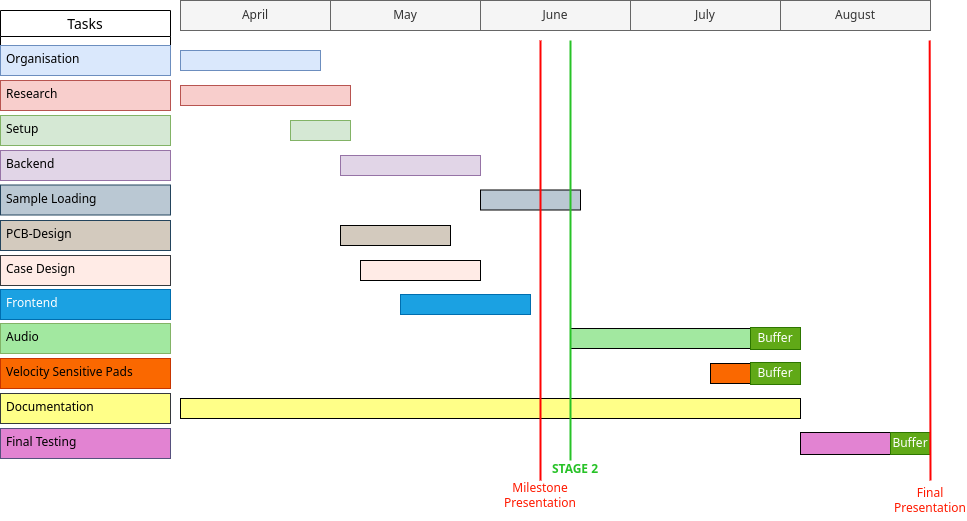
Earlier version of the draw.io export university/projektdurchfuehrung/gantt_PAM3.drawio.png (deeedob/Lunchbox-Sampler). Source tidied: cells renumbered, new cells last; positions are measured from the earlier drawing's top-left corner, leaving out a move shared by most shapes.
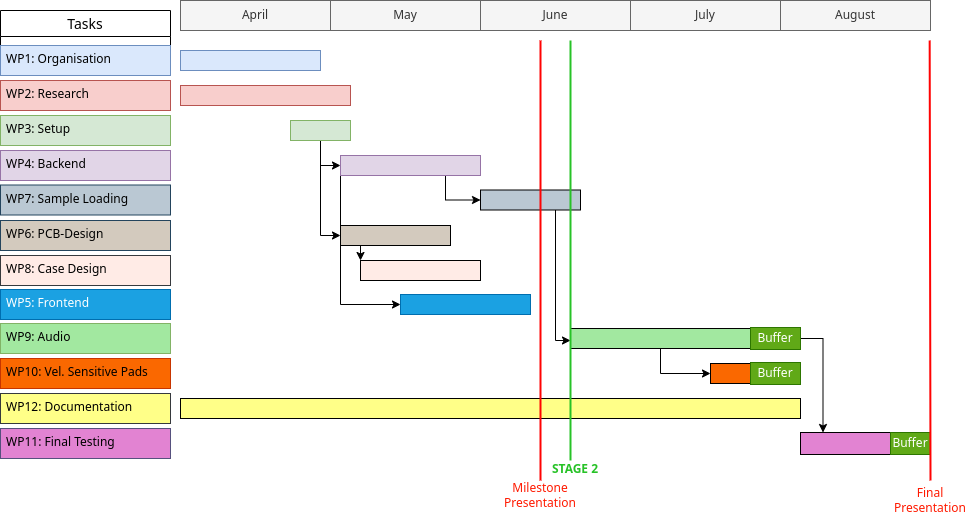
After the change.

Commit message:
Final Gantt chart and Work Packages

Diff of the diagram source:
```diff
@@ -26,60 +26,86 @@
     <mxCell id="9" style="rounded=0;whiteSpace=wrap;html=1;fillColor=#F8CECC;strokeColor=#B85450;" parent="1" vertex="1">
       <mxGeometry x="180" y="85" width="170" height="20" as="geometry" />
     </mxCell>
+    <mxCell id="41" style="edgeStyle=orthogonalEdgeStyle;rounded=0;jettySize=auto;html=1;entryX=0;entryY=0.5;entryDx=0;entryDy=0;" parent="1" edge="1" source="10" target="11">
+      <mxGeometry relative="1" as="geometry" />
+    </mxCell>
+    <mxCell id="42" style="edgeStyle=orthogonalEdgeStyle;rounded=0;jettySize=auto;html=1;exitX=0.5;exitY=1;exitDx=0;exitDy=0;entryX=0;entryY=0.5;entryDx=0;entryDy=0;" parent="1" edge="1" source="10" target="13">
+      <mxGeometry relative="1" as="geometry" />
+    </mxCell>
     <mxCell id="10" style="rounded=0;whiteSpace=wrap;html=1;fillColor=#D5E8D4;strokeColor=#82B366;" parent="1" vertex="1">
       <mxGeometry x="290" y="120" width="60" height="20" as="geometry" />
     </mxCell>
+    <mxCell id="43" style="edgeStyle=orthogonalEdgeStyle;rounded=0;jettySize=auto;html=1;exitX=0;exitY=1;exitDx=0;exitDy=0;entryX=0;entryY=0.5;entryDx=0;entryDy=0;" parent="1" edge="1" source="11" target="12">
+      <mxGeometry relative="1" as="geometry" />
+    </mxCell>
+    <mxCell id="44" style="edgeStyle=orthogonalEdgeStyle;rounded=0;jettySize=auto;html=1;exitX=0.75;exitY=1;exitDx=0;exitDy=0;entryX=0;entryY=0.5;entryDx=0;entryDy=0;" parent="1" edge="1" source="11" target="14">
+      <mxGeometry relative="1" as="geometry" />
+    </mxCell>
     <mxCell id="11" style="rounded=0;whiteSpace=wrap;html=1;fillColor=#E1D5E7;strokeColor=#9673A6;" parent="1" vertex="1">
       <mxGeometry x="340" y="155" width="140" height="20" as="geometry" />
     </mxCell>
     <mxCell id="12" style="rounded=0;whiteSpace=wrap;html=1;fillColor=#1BA1E2;strokeColor=#006EAF;" parent="1" vertex="1">
       <mxGeometry x="400" y="294" width="130" height="20" as="geometry" />
     </mxCell>
+    <mxCell id="45" style="edgeStyle=orthogonalEdgeStyle;rounded=0;jettySize=auto;html=1;exitX=0.25;exitY=1;exitDx=0;exitDy=0;entryX=0;entryY=0;entryDx=0;entryDy=0;" parent="1" edge="1" source="13" target="27">
+      <mxGeometry relative="1" as="geometry" />
+    </mxCell>
     <mxCell id="13" style="rounded=0;whiteSpace=wrap;html=1;fillColor=#D3CABE;strokeColor=default;" parent="1" vertex="1">
       <mxGeometry x="340" y="225" width="110" height="20" as="geometry" />
     </mxCell>
+    <mxCell id="46" style="edgeStyle=orthogonalEdgeStyle;rounded=0;jettySize=auto;html=1;exitX=0.75;exitY=1;exitDx=0;exitDy=0;" parent="1" edge="1" source="14">
+      <mxGeometry relative="1" as="geometry">
+        <mxPoint x="570" y="340" as="targetPoint" />
+        <Array as="points">
+          <mxPoint x="555" y="340" />
+        </Array>
+      </mxGeometry>
+    </mxCell>
     <mxCell id="14" style="rounded=0;whiteSpace=wrap;html=1;fillColor=#BAC8D3;strokeColor=default;" parent="1" vertex="1">
       <mxGeometry x="480" y="189.5" width="100" height="20" as="geometry" />
     </mxCell>
-    <mxCell id="15" value="Documentation" style="text;strokeColor=#36393d;fillColor=#ffff88;spacingLeft=4;spacingRight=4;overflow=hidden;fontSize=12;" parent="1" vertex="1">
+    <mxCell id="15" value="WP12: Documentation" style="text;strokeColor=#36393d;fillColor=#ffff88;spacingLeft=4;spacingRight=4;overflow=hidden;fontSize=12;" parent="1" vertex="1">
       <mxGeometry y="393" width="170" height="30" as="geometry" />
     </mxCell>
-    <mxCell id="16" value="Final Testing" style="text;strokeColor=#56517e;fillColor=#E283D2;spacingLeft=4;spacingRight=4;overflow=hidden;fontSize=12;" parent="1" vertex="1">
+    <mxCell id="16" value="WP11: Final Testing" style="text;strokeColor=#56517e;fillColor=#E283D2;spacingLeft=4;spacingRight=4;overflow=hidden;fontSize=12;" parent="1" vertex="1">
       <mxGeometry y="428" width="170" height="30" as="geometry" />
     </mxCell>
-    <mxCell id="17" value="Velocity Sensitive Pads" style="text;strokeColor=#C73500;fillColor=#fa6800;spacingLeft=4;spacingRight=4;overflow=hidden;fontSize=12;fontColor=#000000;" parent="1" vertex="1">
+    <mxCell id="17" value="WP10: Vel. Sensitive Pads" style="text;strokeColor=#C73500;fillColor=#fa6800;spacingLeft=4;spacingRight=4;overflow=hidden;fontSize=12;fontColor=#000000;" parent="1" vertex="1">
       <mxGeometry y="358" width="170" height="30" as="geometry" />
     </mxCell>
-    <mxCell id="18" value="Audio" style="text;strokeColor=#82b366;fillColor=#A2E8A0;spacingLeft=4;spacingRight=4;overflow=hidden;fontSize=12;" parent="1" vertex="1">
+    <mxCell id="18" value="WP9: Audio" style="text;strokeColor=#82b366;fillColor=#A2E8A0;spacingLeft=4;spacingRight=4;overflow=hidden;fontSize=12;" parent="1" vertex="1">
       <mxGeometry y="323" width="170" height="30" as="geometry" />
     </mxCell>
-    <mxCell id="19" value="Case Design&#10;" style="text;strokeColor=#36393d;fillColor=#FFEBE6;spacingLeft=4;spacingRight=4;overflow=hidden;fontSize=12;" parent="1" vertex="1">
+    <mxCell id="19" value="WP8: Case Design&#10;" style="text;strokeColor=#36393d;fillColor=#FFEBE6;spacingLeft=4;spacingRight=4;overflow=hidden;fontSize=12;" parent="1" vertex="1">
       <mxGeometry y="255" width="170" height="30" as="geometry" />
     </mxCell>
-    <mxCell id="20" value="Sample Loading&#10;" style="text;strokeColor=#23445d;fillColor=#bac8d3;spacingLeft=4;spacingRight=4;overflow=hidden;fontSize=12;" parent="1" vertex="1">
+    <mxCell id="20" value="WP7: Sample Loading&#10;" style="text;strokeColor=#23445d;fillColor=#bac8d3;spacingLeft=4;spacingRight=4;overflow=hidden;fontSize=12;" parent="1" vertex="1">
       <mxGeometry y="184.5" width="170" height="30" as="geometry" />
     </mxCell>
-    <mxCell id="21" value="PCB-Design" style="text;strokeColor=#23445d;fillColor=#D3CABE;spacingLeft=4;spacingRight=4;overflow=hidden;fontSize=12;" parent="1" vertex="1">
+    <mxCell id="21" value="WP6: PCB-Design" style="text;strokeColor=#23445d;fillColor=#D3CABE;spacingLeft=4;spacingRight=4;overflow=hidden;fontSize=12;" parent="1" vertex="1">
       <mxGeometry y="220" width="170" height="30" as="geometry" />
     </mxCell>
-    <mxCell id="22" value="Frontend" style="text;strokeColor=#006EAF;fillColor=#1ba1e2;spacingLeft=4;spacingRight=4;overflow=hidden;fontSize=12;fontColor=#ffffff;" parent="1" vertex="1">
+    <mxCell id="22" value="WP5: Frontend" style="text;strokeColor=#006EAF;fillColor=#1ba1e2;spacingLeft=4;spacingRight=4;overflow=hidden;fontSize=12;fontColor=#ffffff;" parent="1" vertex="1">
       <mxGeometry y="289" width="170" height="30" as="geometry" />
     </mxCell>
-    <mxCell id="23" value="Backend" style="text;strokeColor=#9673a6;fillColor=#e1d5e7;spacingLeft=4;spacingRight=4;overflow=hidden;fontSize=12;" parent="1" vertex="1">
+    <mxCell id="23" value="WP4: Backend" style="text;strokeColor=#9673a6;fillColor=#e1d5e7;spacingLeft=4;spacingRight=4;overflow=hidden;fontSize=12;" parent="1" vertex="1">
       <mxGeometry y="150" width="170" height="30" as="geometry" />
     </mxCell>
-    <mxCell id="24" value="Setup" style="text;strokeColor=#82b366;fillColor=#d5e8d4;spacingLeft=4;spacingRight=4;overflow=hidden;fontSize=12;" parent="1" vertex="1">
+    <mxCell id="24" value="WP3: Setup" style="text;strokeColor=#82b366;fillColor=#d5e8d4;spacingLeft=4;spacingRight=4;overflow=hidden;fontSize=12;" parent="1" vertex="1">
       <mxGeometry y="115" width="170" height="30" as="geometry" />
     </mxCell>
-    <mxCell id="25" value="Research" style="text;strokeColor=#b85450;fillColor=#f8cecc;spacingLeft=4;spacingRight=4;overflow=hidden;fontSize=12;" parent="1" vertex="1">
+    <mxCell id="25" value="WP2: Research" style="text;strokeColor=#b85450;fillColor=#f8cecc;spacingLeft=4;spacingRight=4;overflow=hidden;fontSize=12;" parent="1" vertex="1">
       <mxGeometry y="80" width="170" height="30" as="geometry" />
     </mxCell>
-    <mxCell id="26" value="Organisation" style="text;strokeColor=#6c8ebf;fillColor=#dae8fc;spacingLeft=4;spacingRight=4;overflow=hidden;fontSize=12;" parent="1" vertex="1">
+    <mxCell id="26" value="WP1: Organisation" style="text;strokeColor=#6c8ebf;fillColor=#dae8fc;spacingLeft=4;spacingRight=4;overflow=hidden;fontSize=12;" parent="1" vertex="1">
       <mxGeometry y="45" width="170" height="30" as="geometry" />
     </mxCell>
     <mxCell id="27" style="rounded=0;whiteSpace=wrap;html=1;fillColor=#FFEBE6;strokeColor=default;" parent="1" vertex="1">
       <mxGeometry x="360" y="260" width="120" height="20" as="geometry" />
     </mxCell>
+    <mxCell id="47" style="edgeStyle=orthogonalEdgeStyle;rounded=0;jettySize=auto;html=1;exitX=0.5;exitY=1;exitDx=0;exitDy=0;entryX=0;entryY=0.5;entryDx=0;entryDy=0;" parent="1" edge="1" source="28" target="29">
+      <mxGeometry relative="1" as="geometry" />
+    </mxCell>
     <mxCell id="28" style="rounded=0;whiteSpace=wrap;html=1;fillColor=#A2E8A0;strokeColor=default;" parent="1" vertex="1">
       <mxGeometry x="570" y="328" width="180" height="20" as="geometry" />
     </mxCell>
@@ -106,6 +132,9 @@
     <mxCell id="35" value="Buffer" style="text;html=1;strokeColor=#2D7600;fillColor=#60a917;align=center;verticalAlign=middle;whiteSpace=wrap;rounded=0;fontColor=#ffffff;" parent="1" vertex="1">
       <mxGeometry x="750" y="362" width="50" height="22" as="geometry" />
     </mxCell>
+    <mxCell id="48" style="edgeStyle=orthogonalEdgeStyle;rounded=0;jettySize=auto;html=1;exitX=1;exitY=0.5;exitDx=0;exitDy=0;entryX=0.25;entryY=0;entryDx=0;entryDy=0;" parent="1" edge="1" source="36" target="30">
+      <mxGeometry relative="1" as="geometry" />
+    </mxCell>
     <mxCell id="36" value="Buffer" style="text;html=1;strokeColor=#2D7600;fillColor=#60a917;align=center;verticalAlign=middle;whiteSpace=wrap;rounded=0;fontColor=#ffffff;" parent="1" vertex="1">
       <mxGeometry x="750" y="327" width="50" height="22" as="geometry" />
     </mxCell>
```
